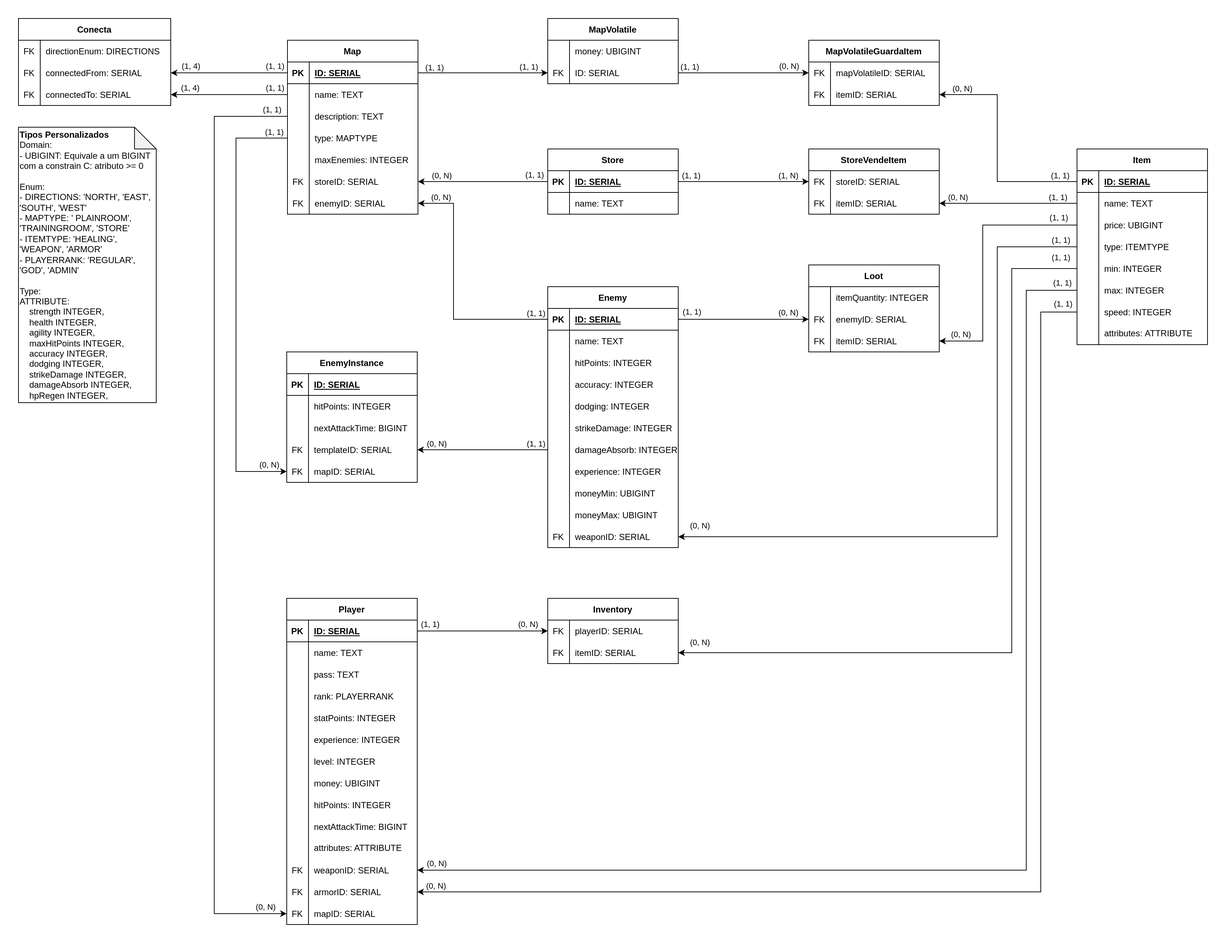
Earlier version of the draw.io export docs/Images/database/DL.png (UnMUD/UnMUD). Source tidied: cells renumbered, new cells last; positions are measured from the earlier drawing's top-left corner, leaving out a move shared by most shapes.
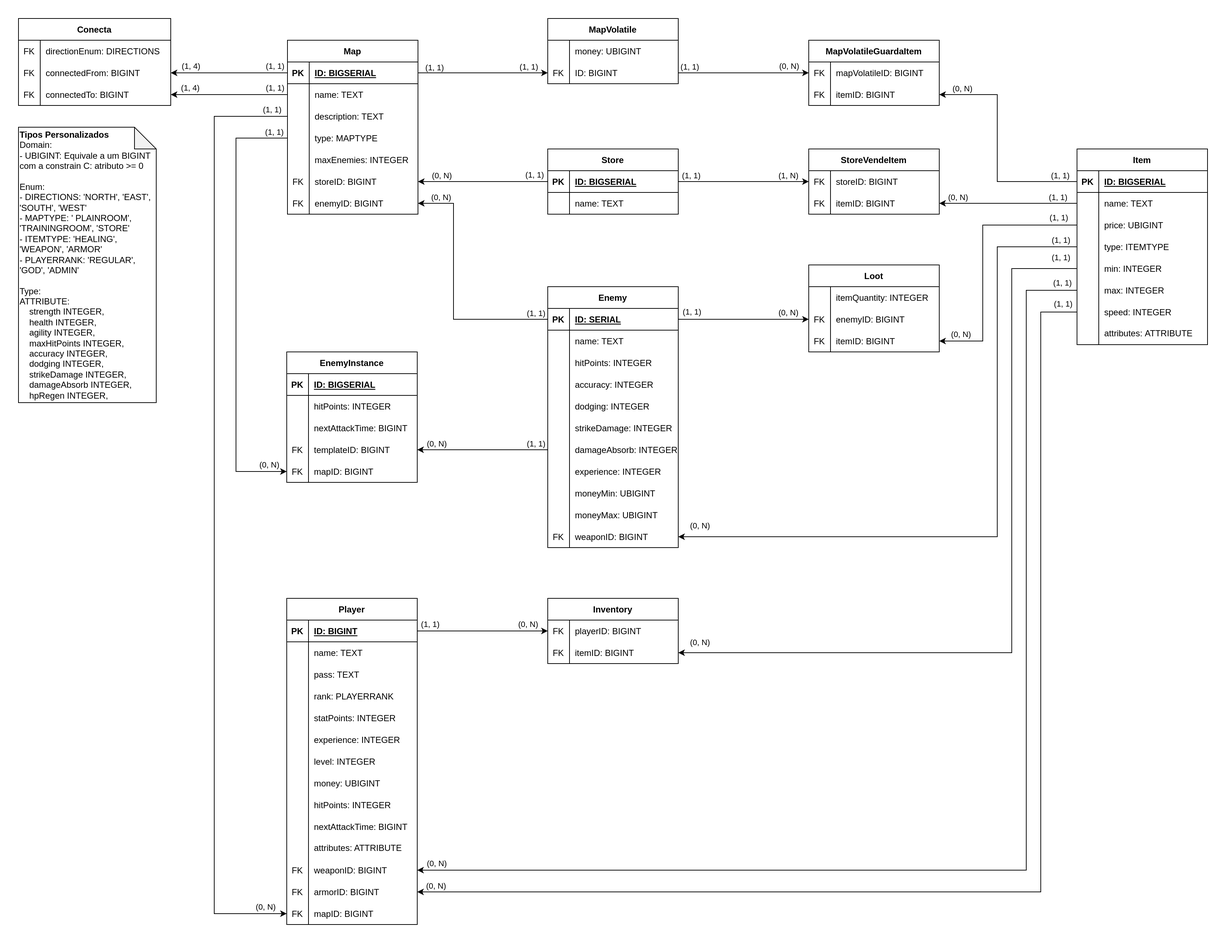
The same file after the commit.

What changed in the source:
```diff
@@ -13,3 +13,3 @@
     </mxCell>
-    <mxCell id="5" value="ID: SERIAL" style="shape=partialRectangle;fillColor=none;top=0;left=0;bottom=0;right=0;align=left;spacingLeft=6;fontStyle=5;overflow=hidden;" parent="3" vertex="1">
+    <mxCell id="5" value="ID: BIGSERIAL" style="shape=partialRectangle;fillColor=none;top=0;left=0;bottom=0;right=0;align=left;spacingLeft=6;fontStyle=5;overflow=hidden;" parent="3" vertex="1">
       <mxGeometry x="30" width="150" height="30" as="geometry" />
@@ -58,3 +58,3 @@
     </mxCell>
-    <mxCell id="20" value="storeID: SERIAL" style="shape=partialRectangle;fillColor=none;top=0;left=0;bottom=0;right=0;align=left;spacingLeft=6;fontStyle=0;overflow=hidden;" parent="18" vertex="1">
+    <mxCell id="20" value="storeID: BIGINT" style="shape=partialRectangle;fillColor=none;top=0;left=0;bottom=0;right=0;align=left;spacingLeft=6;fontStyle=0;overflow=hidden;" parent="18" vertex="1">
       <mxGeometry x="30" width="150" height="30" as="geometry" />
@@ -67,3 +67,3 @@
     </mxCell>
-    <mxCell id="23" value="enemyID: SERIAL" style="shape=partialRectangle;fillColor=none;top=0;left=0;bottom=0;right=0;align=left;spacingLeft=6;fontStyle=0;overflow=hidden;" parent="21" vertex="1">
+    <mxCell id="23" value="enemyID: BIGINT" style="shape=partialRectangle;fillColor=none;top=0;left=0;bottom=0;right=0;align=left;spacingLeft=6;fontStyle=0;overflow=hidden;" parent="21" vertex="1">
       <mxGeometry x="30" width="150" height="30" as="geometry" />
@@ -88,3 +88,3 @@
     </mxCell>
-    <mxCell id="30" value="ID: SERIAL" style="shape=partialRectangle;fillColor=none;top=0;left=0;bottom=0;right=0;align=left;spacingLeft=6;fontStyle=0;overflow=hidden;" parent="28" vertex="1">
+    <mxCell id="30" value="ID: BIGINT" style="shape=partialRectangle;fillColor=none;top=0;left=0;bottom=0;right=0;align=left;spacingLeft=6;fontStyle=0;overflow=hidden;" parent="28" vertex="1">
       <mxGeometry x="30" width="150" height="30" as="geometry" />
@@ -100,3 +100,3 @@
     </mxCell>
-    <mxCell id="34" value="ID: SERIAL" style="shape=partialRectangle;fillColor=none;top=0;left=0;bottom=0;right=0;align=left;spacingLeft=6;fontStyle=5;overflow=hidden;" parent="32" vertex="1">
+    <mxCell id="34" value="ID: BIGSERIAL" style="shape=partialRectangle;fillColor=none;top=0;left=0;bottom=0;right=0;align=left;spacingLeft=6;fontStyle=5;overflow=hidden;" parent="32" vertex="1">
       <mxGeometry x="30" width="150" height="30" as="geometry" />
@@ -175,3 +175,3 @@
     </mxCell>
-    <mxCell id="59" value="ID: SERIAL" style="shape=partialRectangle;fillColor=none;top=0;left=0;bottom=0;right=0;align=left;spacingLeft=6;fontStyle=5;overflow=hidden;" parent="57" vertex="1">
+    <mxCell id="59" value="ID: BIGSERIAL" style="shape=partialRectangle;fillColor=none;top=0;left=0;bottom=0;right=0;align=left;spacingLeft=6;fontStyle=5;overflow=hidden;" parent="57" vertex="1">
       <mxGeometry x="30" width="150" height="30" as="geometry" />
@@ -202,3 +202,3 @@
     </mxCell>
-    <mxCell id="68" value="templateID: SERIAL" style="shape=partialRectangle;fillColor=none;top=0;left=0;bottom=0;right=0;align=left;spacingLeft=6;overflow=hidden;" parent="66" vertex="1">
+    <mxCell id="68" value="templateID: BIGINT" style="shape=partialRectangle;fillColor=none;top=0;left=0;bottom=0;right=0;align=left;spacingLeft=6;overflow=hidden;" parent="66" vertex="1">
       <mxGeometry x="30" width="150" height="30" as="geometry" />
@@ -211,3 +211,3 @@
     </mxCell>
-    <mxCell id="71" value="mapID: SERIAL" style="shape=partialRectangle;fillColor=none;top=0;left=0;bottom=0;right=0;align=left;spacingLeft=6;fontStyle=0;overflow=hidden;" parent="69" vertex="1">
+    <mxCell id="71" value="mapID: BIGINT" style="shape=partialRectangle;fillColor=none;top=0;left=0;bottom=0;right=0;align=left;spacingLeft=6;fontStyle=0;overflow=hidden;" parent="69" vertex="1">
       <mxGeometry x="30" width="150" height="30" as="geometry" />
@@ -313,3 +313,3 @@
     </mxCell>
-    <mxCell id="105" value="weaponID: SERIAL" style="shape=partialRectangle;fillColor=none;top=0;left=0;bottom=0;right=0;align=left;spacingLeft=6;fontStyle=0;overflow=hidden;" parent="103" vertex="1">
+    <mxCell id="105" value="weaponID: BIGINT" style="shape=partialRectangle;fillColor=none;top=0;left=0;bottom=0;right=0;align=left;spacingLeft=6;fontStyle=0;overflow=hidden;" parent="103" vertex="1">
       <mxGeometry x="30" width="150" height="30" as="geometry" />
@@ -334,3 +334,3 @@
     </mxCell>
-    <mxCell id="112" value="enemyID: SERIAL" style="shape=partialRectangle;fillColor=none;top=0;left=0;bottom=0;right=0;align=left;spacingLeft=6;overflow=hidden;" parent="110" vertex="1">
+    <mxCell id="112" value="enemyID: BIGINT" style="shape=partialRectangle;fillColor=none;top=0;left=0;bottom=0;right=0;align=left;spacingLeft=6;overflow=hidden;" parent="110" vertex="1">
       <mxGeometry x="30" width="150" height="30" as="geometry" />
@@ -343,3 +343,3 @@
     </mxCell>
-    <mxCell id="115" value="itemID: SERIAL" style="shape=partialRectangle;fillColor=none;top=0;left=0;bottom=0;right=0;align=left;spacingLeft=6;fontStyle=0;overflow=hidden;" parent="113" vertex="1">
+    <mxCell id="115" value="itemID: BIGINT" style="shape=partialRectangle;fillColor=none;top=0;left=0;bottom=0;right=0;align=left;spacingLeft=6;fontStyle=0;overflow=hidden;" parent="113" vertex="1">
       <mxGeometry x="30" width="150" height="30" as="geometry" />
@@ -355,3 +355,3 @@
     </mxCell>
-    <mxCell id="119" value="ID: SERIAL" style="shape=partialRectangle;fillColor=none;top=0;left=0;bottom=0;right=0;align=left;spacingLeft=6;fontStyle=5;overflow=hidden;" parent="117" vertex="1">
+    <mxCell id="119" value="ID: BIGINT" style="shape=partialRectangle;fillColor=none;top=0;left=0;bottom=0;right=0;align=left;spacingLeft=6;fontStyle=5;overflow=hidden;" parent="117" vertex="1">
       <mxGeometry x="30" width="150" height="30" as="geometry" />
@@ -454,3 +454,3 @@
     </mxCell>
-    <mxCell id="152" value="weaponID: SERIAL" style="shape=partialRectangle;fillColor=none;top=0;left=0;bottom=0;right=0;align=left;spacingLeft=6;overflow=hidden;" parent="150" vertex="1">
+    <mxCell id="152" value="weaponID: BIGINT" style="shape=partialRectangle;fillColor=none;top=0;left=0;bottom=0;right=0;align=left;spacingLeft=6;overflow=hidden;" parent="150" vertex="1">
       <mxGeometry x="30" width="150" height="30" as="geometry" />
@@ -463,3 +463,3 @@
     </mxCell>
-    <mxCell id="155" value="armorID: SERIAL" style="shape=partialRectangle;fillColor=none;top=0;left=0;bottom=0;right=0;align=left;spacingLeft=6;overflow=hidden;" parent="153" vertex="1">
+    <mxCell id="155" value="armorID: BIGINT" style="shape=partialRectangle;fillColor=none;top=0;left=0;bottom=0;right=0;align=left;spacingLeft=6;overflow=hidden;" parent="153" vertex="1">
       <mxGeometry x="30" width="150" height="30" as="geometry" />
@@ -472,3 +472,3 @@
     </mxCell>
-    <mxCell id="158" value="mapID: SERIAL" style="shape=partialRectangle;fillColor=none;top=0;left=0;bottom=0;right=0;align=left;spacingLeft=6;fontStyle=0;overflow=hidden;" parent="156" vertex="1">
+    <mxCell id="158" value="mapID: BIGINT" style="shape=partialRectangle;fillColor=none;top=0;left=0;bottom=0;right=0;align=left;spacingLeft=6;fontStyle=0;overflow=hidden;" parent="156" vertex="1">
       <mxGeometry x="30" width="150" height="30" as="geometry" />
@@ -493,3 +493,3 @@
     </mxCell>
-    <mxCell id="165" value="connectedFrom: SERIAL" style="shape=partialRectangle;fillColor=none;top=0;left=0;bottom=0;right=0;align=left;spacingLeft=6;fontStyle=0;overflow=hidden;" parent="163" vertex="1">
+    <mxCell id="165" value="connectedFrom: BIGINT" style="shape=partialRectangle;fillColor=none;top=0;left=0;bottom=0;right=0;align=left;spacingLeft=6;fontStyle=0;overflow=hidden;" parent="163" vertex="1">
       <mxGeometry x="30" width="180" height="30" as="geometry" />
@@ -502,3 +502,3 @@
     </mxCell>
-    <mxCell id="168" value="connectedTo: SERIAL" style="shape=partialRectangle;fillColor=none;top=0;left=0;bottom=0;right=0;align=left;spacingLeft=6;fontStyle=0;overflow=hidden;" parent="166" vertex="1">
+    <mxCell id="168" value="connectedTo: BIGINT" style="shape=partialRectangle;fillColor=none;top=0;left=0;bottom=0;right=0;align=left;spacingLeft=6;fontStyle=0;overflow=hidden;" parent="166" vertex="1">
       <mxGeometry x="30" width="180" height="30" as="geometry" />
@@ -514,3 +514,3 @@
     </mxCell>
-    <mxCell id="172" value="mapVolatileID: SERIAL" style="shape=partialRectangle;fillColor=none;top=0;left=0;bottom=0;right=0;align=left;spacingLeft=6;overflow=hidden;" parent="170" vertex="1">
+    <mxCell id="172" value="mapVolatileID: BIGINT" style="shape=partialRectangle;fillColor=none;top=0;left=0;bottom=0;right=0;align=left;spacingLeft=6;overflow=hidden;" parent="170" vertex="1">
       <mxGeometry x="30" width="150" height="30" as="geometry" />
@@ -523,3 +523,3 @@
     </mxCell>
-    <mxCell id="175" value="itemID: SERIAL" style="shape=partialRectangle;fillColor=none;top=0;left=0;bottom=0;right=0;align=left;spacingLeft=6;overflow=hidden;" parent="173" vertex="1">
+    <mxCell id="175" value="itemID: BIGINT" style="shape=partialRectangle;fillColor=none;top=0;left=0;bottom=0;right=0;align=left;spacingLeft=6;overflow=hidden;" parent="173" vertex="1">
       <mxGeometry x="30" width="150" height="30" as="geometry" />
@@ -535,3 +535,3 @@
     </mxCell>
-    <mxCell id="179" value="playerID: SERIAL" style="shape=partialRectangle;fillColor=none;top=0;left=0;bottom=0;right=0;align=left;spacingLeft=6;overflow=hidden;" parent="177" vertex="1">
+    <mxCell id="179" value="playerID: BIGINT" style="shape=partialRectangle;fillColor=none;top=0;left=0;bottom=0;right=0;align=left;spacingLeft=6;overflow=hidden;" parent="177" vertex="1">
       <mxGeometry x="30" width="150" height="30" as="geometry" />
@@ -544,3 +544,3 @@
     </mxCell>
-    <mxCell id="182" value="itemID: SERIAL" style="shape=partialRectangle;fillColor=none;top=0;left=0;bottom=0;right=0;align=left;spacingLeft=6;overflow=hidden;" parent="180" vertex="1">
+    <mxCell id="182" value="itemID: BIGINT" style="shape=partialRectangle;fillColor=none;top=0;left=0;bottom=0;right=0;align=left;spacingLeft=6;overflow=hidden;" parent="180" vertex="1">
       <mxGeometry x="30" width="150" height="30" as="geometry" />
@@ -556,3 +556,3 @@
     </mxCell>
-    <mxCell id="186" value="storeID: SERIAL" style="shape=partialRectangle;fillColor=none;top=0;left=0;bottom=0;right=0;align=left;spacingLeft=6;overflow=hidden;" parent="184" vertex="1">
+    <mxCell id="186" value="storeID: BIGINT" style="shape=partialRectangle;fillColor=none;top=0;left=0;bottom=0;right=0;align=left;spacingLeft=6;overflow=hidden;" parent="184" vertex="1">
       <mxGeometry x="30" width="150" height="30" as="geometry" />
@@ -565,3 +565,3 @@
     </mxCell>
-    <mxCell id="189" value="itemID: SERIAL" style="shape=partialRectangle;fillColor=none;top=0;left=0;bottom=0;right=0;align=left;spacingLeft=6;overflow=hidden;" parent="187" vertex="1">
+    <mxCell id="189" value="itemID: BIGINT" style="shape=partialRectangle;fillColor=none;top=0;left=0;bottom=0;right=0;align=left;spacingLeft=6;overflow=hidden;" parent="187" vertex="1">
       <mxGeometry x="30" width="150" height="30" as="geometry" />
@@ -704,3 +704,3 @@
     </mxCell>
-    <mxCell id="219" value="ID: SERIAL" style="shape=partialRectangle;fillColor=none;top=0;left=0;bottom=0;right=0;align=left;spacingLeft=6;fontStyle=5;overflow=hidden;" parent="217" vertex="1">
+    <mxCell id="219" value="ID: BIGSERIAL" style="shape=partialRectangle;fillColor=none;top=0;left=0;bottom=0;right=0;align=left;spacingLeft=6;fontStyle=5;overflow=hidden;" parent="217" vertex="1">
       <mxGeometry x="30" width="150" height="30" as="geometry" />
```
